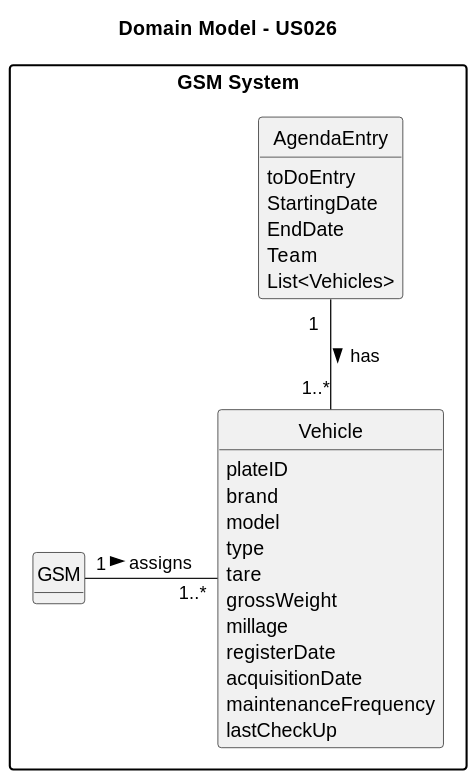
The PlantUML diagram docs/sprintC/us026/02.analysis/svg/us026-domain-model-Domain_Model___US026.svg in SAEmanuel/Green_Spaces_Management_ISEP, before a commit.
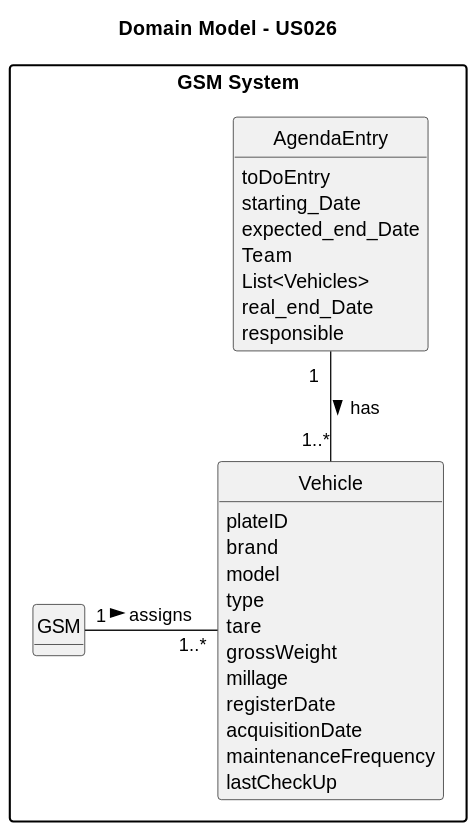
The same diagram one commit later.

Change to the diagram source:
```diff
@@ -29,10 +29,12 @@
 
     class AgendaEntry {
         toDoEntry
-        StartingDate
-        EndDate
+        starting_Date
+        expected_end_Date
         Team
         List<Vehicles>
+        real_end_Date
+        responsible
     }
 
     class GSM {
```
